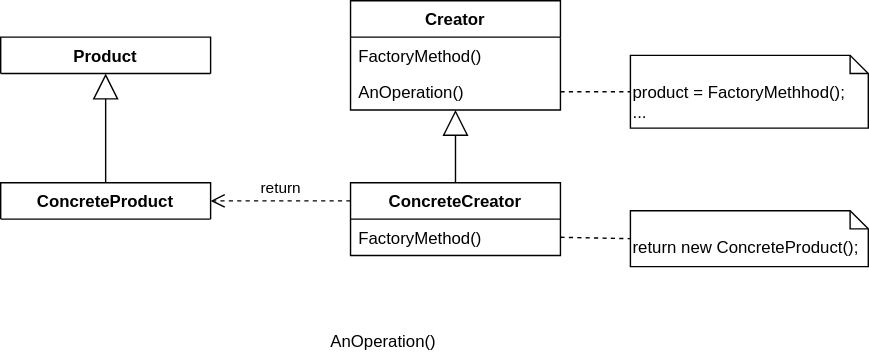
This is 2104_cpp/D08_factory_method.drawio.svg from ecybiss/ecybiss.github.io, a draw.io export, as it was before one commit. Source tidied: cells renumbered, new cells last; positions are measured from the earlier drawing's top-left corner, leaving out a move shared by most shapes.
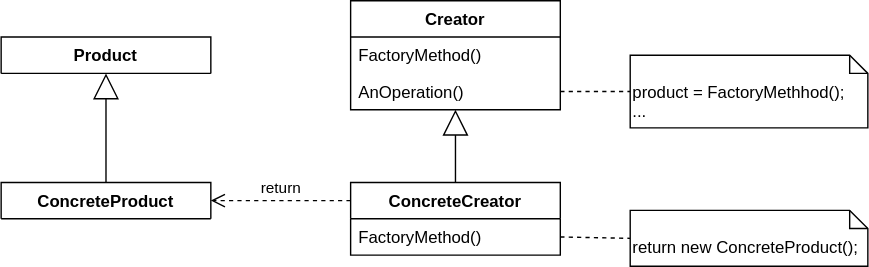
Later version of the same file.

The edit, as a diff of the source:
```diff
@@ -23,9 +23,6 @@
     <mxCell id="8" value="FactoryMethod()" style="text;strokeColor=none;fillColor=none;align=left;verticalAlign=top;spacingLeft=4;spacingRight=4;overflow=hidden;" parent="7" vertex="1">
       <mxGeometry y="26" width="150" height="26" as="geometry" />
     </mxCell>
-    <mxCell id="9" value="AnOperation()" style="text;strokeColor=none;fillColor=none;align=left;verticalAlign=top;spacingLeft=4;spacingRight=4;overflow=hidden;" parent="1" vertex="1">
-      <mxGeometry x="230" y="230" width="150" height="26" as="geometry" />
-    </mxCell>
     <mxCell id="10" value="Product" style="swimlane;fontStyle=1;align=center;verticalAlign=top;horizontal=1;startSize=26;" parent="1" vertex="1" collapsed="1">
       <mxGeometry y="26" width="150" height="26" as="geometry" />
     </mxCell>
```
